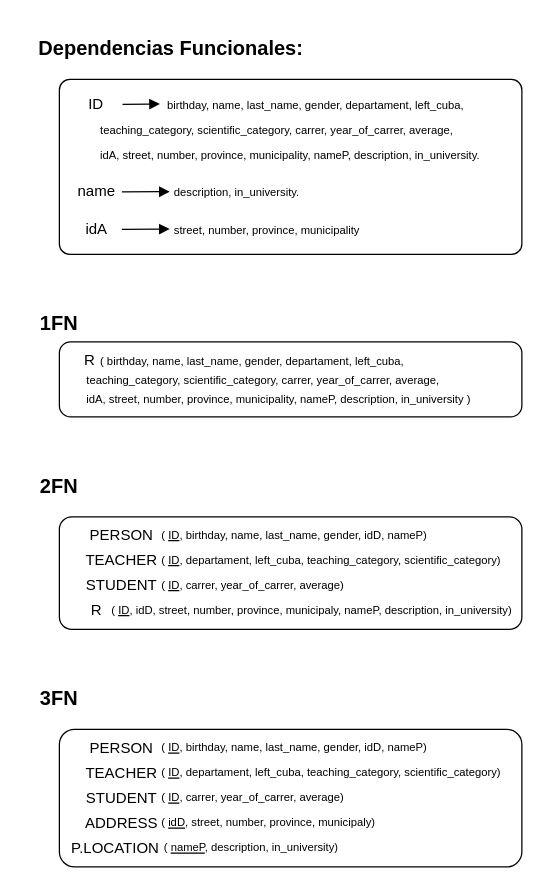
This is page "Normalizacion" (3 of 3) of design/BBDD.drawio from albertolicea00/CRUD-PyQt, a draw.io file, before an edit. Source tidied: cells renumbered, new cells numbered last; positions are measured from the earlier drawing's top-left corner, leaving out a move shared by most shapes. Both pictures are drawn from the tidied source at 125%, with x=0, y=0 at pixel (21, 29).
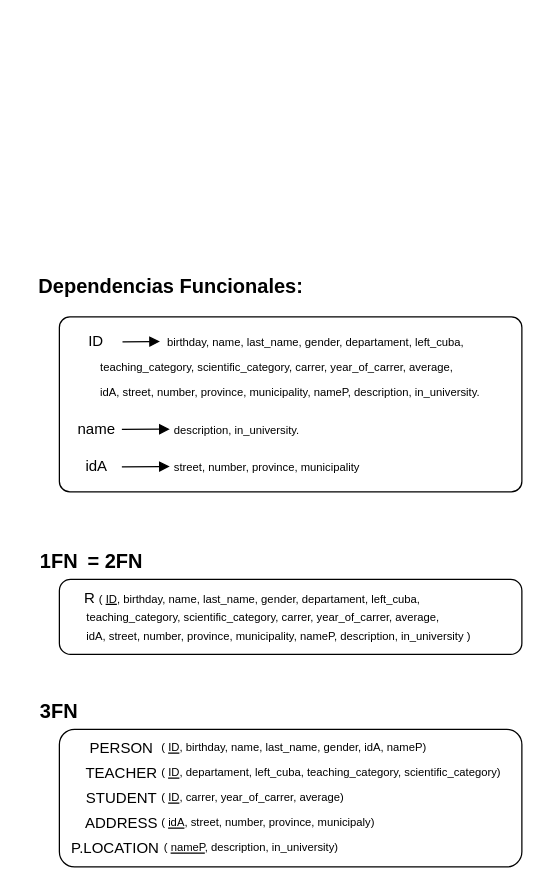
Above is the later version.

Unchanged cells that the change refers to:
```xml
<mxCell id="50" style="group;" parent="1" vertex="1">
  <mxGeometry x="50" y="560" width="347.8" height="30" as="geometry" />
</mxCell>
<mxCell id="62" style="group;" parent="1" vertex="1">
  <mxGeometry x="50" y="620" width="347.8" height="30" as="geometry" />
</mxCell>
```

Change to the diagram source:
```diff
@@
     <mxCell id="2" style="group;" parent="1" vertex="1">
-      <mxGeometry x="30" y="250" width="370" height="60" as="geometry" />
+      <mxGeometry x="30" y="440" width="370" height="60" as="geometry" />
     </mxCell>
@@
-    <mxCell id="4" style="group;" parent="2" vertex="1">
-      <mxGeometry x="10" width="360" height="55" as="geometry" />
-    </mxCell>
-    <mxCell id="5" value="&lt;p class=&quot;MsoNormal&quot;&gt;&lt;span style=&quot;font-family: &amp;#34;arial&amp;#34; ; font-size: 9px&quot;&gt;( birthday, name, last_name, gender, departament, left_cuba,&lt;/span&gt;&lt;br&gt;&lt;/p&gt;" style="text;html=1;strokeColor=none;fillColor=none;align=left;verticalAlign=middle;whiteSpace=wrap;rounded=0;fontSize=12;" parent="4" vertex="1">
-      <mxGeometry x="20.8" width="287.8" height="30" as="geometry" />
+    <mxCell id="5" value="&lt;p class=&quot;MsoNormal&quot;&gt;&lt;span style=&quot;font-family: &amp;#34;arial&amp;#34; ; font-size: 9px&quot;&gt;( &lt;u&gt;ID&lt;/u&gt;, birthday, name, last_name, gender, departament, left_cuba,&lt;/span&gt;&lt;br&gt;&lt;/p&gt;" style="text;html=1;strokeColor=none;fillColor=none;align=left;verticalAlign=middle;whiteSpace=wrap;rounded=0;fontSize=12;" parent="2" vertex="1">
+      <mxGeometry x="29.8" width="287.8" height="30" as="geometry" />
     </mxCell>
-    <mxCell id="6" value="&lt;p class=&quot;MsoNormal&quot;&gt;&lt;span style=&quot;font-family: &amp;#34;arial&amp;#34; ; font-size: 9px&quot;&gt;teaching_category, scientific_category, carrer, year_of_carrer, average,&lt;/span&gt;&lt;br&gt;&lt;/p&gt;" style="text;html=1;strokeColor=none;fillColor=none;align=left;verticalAlign=middle;whiteSpace=wrap;rounded=0;fontSize=12;" parent="4" vertex="1">
-      <mxGeometry x="10" y="20" width="339.2" height="20" as="geometry" />
+    <mxCell id="6" value="&lt;span style=&quot;font-family: &amp;#34;arial&amp;#34; ; font-size: 9px&quot;&gt;teaching_category, scientific_category, carrer, year_of_carrer, average,&lt;/span&gt;&lt;span style=&quot;font-size: 9px ; font-family: &amp;#34;arial&amp;#34;&quot;&gt;&lt;br&gt;&lt;/span&gt;" style="text;html=1;strokeColor=none;fillColor=none;align=left;verticalAlign=middle;whiteSpace=wrap;rounded=0;fontSize=12;" parent="2" vertex="1">
+      <mxGeometry x="20" y="20" width="329.2" height="20" as="geometry" />
     </mxCell>
-    <mxCell id="7" value="&lt;p class=&quot;MsoNormal&quot;&gt;&lt;span style=&quot;font-family: &amp;#34;arial&amp;#34; ; font-size: 9px&quot;&gt;idA, street, number, province, municipality, nameP, description, in_university )&lt;/span&gt;&lt;br&gt;&lt;/p&gt;" style="text;html=1;strokeColor=none;fillColor=none;align=left;verticalAlign=middle;whiteSpace=wrap;rounded=0;fontSize=12;" parent="4" vertex="1">
-      <mxGeometry x="10" y="40" width="339.2" height="10" as="geometry" />
+    <mxCell id="7" value="&lt;p class=&quot;MsoNormal&quot;&gt;&lt;span style=&quot;font-family: &amp;#34;arial&amp;#34; ; font-size: 9px&quot;&gt;idA, street, number, province, municipality, nameP, description, in_university )&lt;/span&gt;&lt;br&gt;&lt;/p&gt;" style="text;html=1;strokeColor=none;fillColor=none;align=left;verticalAlign=middle;whiteSpace=wrap;rounded=0;fontSize=12;" parent="2" vertex="1">
+      <mxGeometry x="20" y="40" width="339.2" height="10" as="geometry" />
     </mxCell>
-    <mxCell id="8" style="group;" parent="4" vertex="1">
-      <mxGeometry width="29.2" height="30" as="geometry" />
+    <mxCell id="8" style="group;" parent="2" vertex="1">
+      <mxGeometry x="10" width="29.2" height="30" as="geometry" />
     </mxCell>
@@
     <mxCell id="10" value="&lt;p class=&quot;MsoNormal&quot; align=&quot;justify&quot; style=&quot;text-align: justify ; line-height: 150%&quot;&gt;&lt;b&gt;&lt;span style=&quot;font-family: &amp;quot;arial&amp;quot; ; line-height: 150% ; font-weight: bold ; font-size: 12.0000pt&quot;&gt;Dependencias Funcionales:&lt;/span&gt;&lt;/b&gt;&lt;b&gt;&lt;span style=&quot;font-family: &amp;quot;arial&amp;quot; ; line-height: 150% ; font-weight: bold ; font-size: 12.0000pt&quot;&gt;&lt;/span&gt;&lt;/b&gt;&lt;/p&gt;" style="text;html=1;strokeColor=none;fillColor=none;align=center;verticalAlign=middle;whiteSpace=wrap;rounded=0;fontSize=9;" parent="1" vertex="1">
-      <mxGeometry width="239.4" height="30" as="geometry" />
+      <mxGeometry y="190" width="239.4" height="30" as="geometry" />
     </mxCell>
     <mxCell id="11" value="&lt;p class=&quot;MsoNormal&quot; style=&quot;text-align: left ; line-height: 150%&quot;&gt;&lt;b&gt;&lt;span style=&quot;font-family: &amp;#34;arial&amp;#34; ; line-height: 150% ; font-weight: bold ; font-size: 12.0000pt&quot;&gt;1FN&lt;/span&gt;&lt;/b&gt;&lt;b&gt;&lt;span style=&quot;font-family: &amp;#34;arial&amp;#34; ; line-height: 150% ; font-weight: bold ; font-size: 12.0000pt&quot;&gt;&lt;/span&gt;&lt;/b&gt;&lt;/p&gt;" style="text;html=1;strokeColor=none;fillColor=none;align=center;verticalAlign=middle;whiteSpace=wrap;rounded=0;fontSize=9;" parent="1" vertex="1">
-      <mxGeometry y="220" width="60" height="30" as="geometry" />
+      <mxGeometry y="410" width="60" height="30" as="geometry" />
     </mxCell>
-    <mxCell id="12" value="&lt;p class=&quot;MsoNormal&quot; style=&quot;text-align: left ; line-height: 150%&quot;&gt;&lt;b&gt;&lt;span style=&quot;font-family: &amp;#34;arial&amp;#34; ; line-height: 150% ; font-weight: bold ; font-size: 12.0000pt&quot;&gt;2FN&lt;/span&gt;&lt;/b&gt;&lt;b&gt;&lt;span style=&quot;font-family: &amp;#34;arial&amp;#34; ; line-height: 150% ; font-weight: bold ; font-size: 12.0000pt&quot;&gt;&lt;/span&gt;&lt;/b&gt;&lt;/p&gt;" style="text;html=1;strokeColor=none;fillColor=none;align=center;verticalAlign=middle;whiteSpace=wrap;rounded=0;fontSize=9;" parent="1" vertex="1">
-      <mxGeometry y="350" width="60" height="30" as="geometry" />
+    <mxCell id="12" value="&lt;p class=&quot;MsoNormal&quot; style=&quot;text-align: left ; line-height: 150%&quot;&gt;&lt;b&gt;&lt;span style=&quot;font-family: &amp;#34;arial&amp;#34; ; line-height: 150% ; font-weight: bold ; font-size: 12.0000pt&quot;&gt;= 2FN&lt;/span&gt;&lt;/b&gt;&lt;b&gt;&lt;span style=&quot;font-family: &amp;#34;arial&amp;#34; ; line-height: 150% ; font-weight: bold ; font-size: 12.0000pt&quot;&gt;&lt;/span&gt;&lt;/b&gt;&lt;/p&gt;" style="text;html=1;strokeColor=none;fillColor=none;align=center;verticalAlign=middle;whiteSpace=wrap;rounded=0;fontSize=9;" parent="1" vertex="1">
+      <mxGeometry x="45" y="410" width="60" height="30" as="geometry" />
     </mxCell>
     <mxCell id="13" style="group;" parent="1" vertex="1">
-      <mxGeometry x="30" y="40" width="370" height="140" as="geometry" />
+      <mxGeometry x="30" y="230" width="370" height="140" as="geometry" />
     </mxCell>
@@
-    <mxCell id="31" style="group;" parent="1" vertex="1">
-      <mxGeometry x="30" y="390" width="380" height="90" as="geometry" />
-    </mxCell>
-    <mxCell id="32" style="rounded=1;whiteSpace=wrap;html=1;fontSize=9;arcSize=11;" parent="31" vertex="1">
-      <mxGeometry width="370" height="90" as="geometry" />
-    </mxCell>
-    <mxCell id="33" style="group;" parent="31" vertex="1">
-      <mxGeometry x="20" width="347.8" height="30" as="geometry" />
-    </mxCell>
-    <mxCell id="34" value="&lt;p class=&quot;MsoNormal&quot; style=&quot;font-size: 9px&quot;&gt;&lt;span style=&quot;font-family: &amp;#34;arial&amp;#34; ; font-size: 9px&quot;&gt;(&amp;nbsp;&lt;/span&gt;&lt;u&gt;&lt;span style=&quot;font-family: &amp;#34;arial&amp;#34;&quot;&gt;ID&lt;/span&gt;&lt;/u&gt;&lt;span style=&quot;font-family: &amp;#34;arial&amp;#34;&quot;&gt;, birthday, name, last_name, gender, idD, nameP&lt;/span&gt;&lt;span style=&quot;font-family: &amp;#34;arial&amp;#34; ; font-size: 9px&quot;&gt;)&lt;/span&gt;&lt;/p&gt;" style="text;html=1;strokeColor=none;fillColor=none;align=left;verticalAlign=middle;whiteSpace=wrap;rounded=0;fontSize=12;" parent="33" vertex="1">
-      <mxGeometry x="60" width="287.8" height="30" as="geometry" />
-    </mxCell>
-    <mxCell id="35" style="group;" parent="33" vertex="1">
-      <mxGeometry width="60" height="30" as="geometry" />
-    </mxCell>
-    <mxCell id="36" value="PERSON" style="text;html=1;strokeColor=none;fillColor=none;align=center;verticalAlign=middle;whiteSpace=wrap;rounded=0;fontSize=12;" parent="35" vertex="1">
-      <mxGeometry width="60" height="30" as="geometry" />
-    </mxCell>
-    <mxCell id="37" style="group;" parent="31" vertex="1">
-      <mxGeometry x="20" y="20" width="347.8" height="30" as="geometry" />
-    </mxCell>
-    <mxCell id="38" value="&lt;p class=&quot;MsoNormal&quot; style=&quot;font-size: 9px&quot;&gt;&lt;span style=&quot;font-family: &amp;#34;arial&amp;#34; ; font-size: 9px&quot;&gt;(&amp;nbsp;&lt;/span&gt;&lt;u&gt;&lt;span style=&quot;font-family: &amp;#34;arial&amp;#34;&quot;&gt;ID&lt;/span&gt;&lt;/u&gt;&lt;span style=&quot;font-family: &amp;#34;arial&amp;#34;&quot;&gt;, departament, left_cuba, teaching_category, scientific_category&lt;/span&gt;&lt;span style=&quot;font-family: &amp;#34;arial&amp;#34;&quot;&gt;)&lt;/span&gt;&lt;/p&gt;" style="text;html=1;strokeColor=none;fillColor=none;align=left;verticalAlign=middle;whiteSpace=wrap;rounded=0;fontSize=12;" parent="37" vertex="1">
-      <mxGeometry x="60" width="287.8" height="30" as="geometry" />
-    </mxCell>
-    <mxCell id="39" style="group;" parent="37" vertex="1">
-      <mxGeometry width="60" height="30" as="geometry" />
-    </mxCell>
-    <mxCell id="40" value="TEACHER" style="text;html=1;strokeColor=none;fillColor=none;align=center;verticalAlign=middle;whiteSpace=wrap;rounded=0;fontSize=12;" parent="39" vertex="1">
-      <mxGeometry width="60" height="30" as="geometry" />
-    </mxCell>
-    <mxCell id="41" style="group;" parent="31" vertex="1">
-      <mxGeometry x="20" y="40" width="347.8" height="30" as="geometry" />
-    </mxCell>
-    <mxCell id="42" value="&lt;p class=&quot;MsoNormal&quot; style=&quot;font-size: 9px&quot;&gt;&lt;span style=&quot;font-family: &amp;#34;arial&amp;#34; ; font-size: 9px&quot;&gt;(&amp;nbsp;&lt;/span&gt;&lt;u&gt;&lt;span style=&quot;font-family: &amp;#34;arial&amp;#34;&quot;&gt;ID&lt;/span&gt;&lt;/u&gt;&lt;span style=&quot;font-family: &amp;#34;arial&amp;#34;&quot;&gt;, carrer, year_of_carrer, average&lt;/span&gt;&lt;span style=&quot;font-family: &amp;#34;arial&amp;#34;&quot;&gt;)&lt;/span&gt;&lt;/p&gt;" style="text;html=1;strokeColor=none;fillColor=none;align=left;verticalAlign=middle;whiteSpace=wrap;rounded=0;fontSize=12;" parent="41" vertex="1">
-      <mxGeometry x="60" width="287.8" height="30" as="geometry" />
-    </mxCell>
-    <mxCell id="43" style="group;" parent="41" vertex="1">
-      <mxGeometry width="60" height="30" as="geometry" />
-    </mxCell>
-    <mxCell id="44" value="STUDENT" style="text;html=1;strokeColor=none;fillColor=none;align=center;verticalAlign=middle;whiteSpace=wrap;rounded=0;fontSize=12;" parent="43" vertex="1">
-      <mxGeometry width="60" height="30" as="geometry" />
-    </mxCell>
-    <mxCell id="45" style="group;" parent="31" vertex="1">
-      <mxGeometry x="20" y="60" width="360" height="30" as="geometry" />
-    </mxCell>
-    <mxCell id="46" value="&lt;p class=&quot;MsoNormal&quot; style=&quot;font-size: 9px&quot;&gt;&lt;span style=&quot;font-family: &amp;#34;arial&amp;#34; ; font-size: 9px&quot;&gt;(&amp;nbsp;&lt;/span&gt;&lt;u&gt;&lt;span style=&quot;font-family: &amp;#34;arial&amp;#34;&quot;&gt;ID&lt;/span&gt;&lt;/u&gt;&lt;span style=&quot;font-family: &amp;#34;arial&amp;#34;&quot;&gt;, idD, street, number, province, municipaly, nameP, description, in_university&lt;/span&gt;&lt;span style=&quot;font-family: &amp;#34;arial&amp;#34;&quot;&gt;)&lt;/span&gt;&lt;/p&gt;" style="text;html=1;strokeColor=none;fillColor=none;align=left;verticalAlign=middle;whiteSpace=wrap;rounded=0;fontSize=12;" parent="45" vertex="1">
-      <mxGeometry x="20" width="340" height="30" as="geometry" />
-    </mxCell>
-    <mxCell id="47" value="R" style="text;html=1;strokeColor=none;fillColor=none;align=center;verticalAlign=middle;whiteSpace=wrap;rounded=0;fontSize=12;" parent="45" vertex="1">
-      <mxGeometry width="20" height="30" as="geometry" />
-    </mxCell>
     <mxCell id="48" value="&lt;p class=&quot;MsoNormal&quot; style=&quot;text-align: left ; line-height: 150%&quot;&gt;&lt;b&gt;&lt;span style=&quot;font-family: &amp;#34;arial&amp;#34; ; line-height: 150% ; font-weight: bold ; font-size: 12.0000pt&quot;&gt;3FN&lt;/span&gt;&lt;/b&gt;&lt;b&gt;&lt;span style=&quot;font-family: &amp;#34;arial&amp;#34; ; line-height: 150% ; font-weight: bold ; font-size: 12.0000pt&quot;&gt;&lt;/span&gt;&lt;/b&gt;&lt;/p&gt;" style="text;html=1;strokeColor=none;fillColor=none;align=center;verticalAlign=middle;whiteSpace=wrap;rounded=0;fontSize=9;" parent="1" vertex="1">
-      <mxGeometry y="520" width="60" height="30" as="geometry" />
+      <mxGeometry y="530" width="60" height="30" as="geometry" />
     </mxCell>
@@
-    <mxCell id="51" value="&lt;p class=&quot;MsoNormal&quot; style=&quot;font-size: 9px&quot;&gt;&lt;span style=&quot;font-family: &amp;#34;arial&amp;#34; ; font-size: 9px&quot;&gt;(&amp;nbsp;&lt;/span&gt;&lt;u&gt;&lt;span style=&quot;font-family: &amp;#34;arial&amp;#34;&quot;&gt;ID&lt;/span&gt;&lt;/u&gt;&lt;span style=&quot;font-family: &amp;#34;arial&amp;#34;&quot;&gt;, birthday, name, last_name, gender, idD, nameP&lt;/span&gt;&lt;span style=&quot;font-family: &amp;#34;arial&amp;#34; ; font-size: 9px&quot;&gt;)&lt;/span&gt;&lt;/p&gt;" style="text;html=1;strokeColor=none;fillColor=none;align=left;verticalAlign=middle;whiteSpace=wrap;rounded=0;fontSize=12;" parent="50" vertex="1">
+    <mxCell id="51" value="&lt;p class=&quot;MsoNormal&quot; style=&quot;font-size: 9px&quot;&gt;&lt;span style=&quot;font-family: &amp;#34;arial&amp;#34; ; font-size: 9px&quot;&gt;(&amp;nbsp;&lt;/span&gt;&lt;u&gt;&lt;span style=&quot;font-family: &amp;#34;arial&amp;#34;&quot;&gt;ID&lt;/span&gt;&lt;/u&gt;&lt;span style=&quot;font-family: &amp;#34;arial&amp;#34;&quot;&gt;, birthday, name, last_name, gender, idA, nameP&lt;/span&gt;&lt;span style=&quot;font-family: &amp;#34;arial&amp;#34; ; font-size: 9px&quot;&gt;)&lt;/span&gt;&lt;/p&gt;" style="text;html=1;strokeColor=none;fillColor=none;align=left;verticalAlign=middle;whiteSpace=wrap;rounded=0;fontSize=12;" parent="50" vertex="1">
       <mxGeometry x="60" width="287.8" height="30" as="geometry" />
     </mxCell>
@@
-    <mxCell id="63" value="&lt;p class=&quot;MsoNormal&quot; style=&quot;font-size: 9px&quot;&gt;&lt;span style=&quot;font-family: &amp;#34;arial&amp;#34; ; font-size: 9px&quot;&gt;(&amp;nbsp;&lt;/span&gt;&lt;u&gt;&lt;span style=&quot;font-family: &amp;#34;arial&amp;#34;&quot;&gt;idD&lt;/span&gt;&lt;/u&gt;&lt;span style=&quot;font-family: &amp;#34;arial&amp;#34;&quot;&gt;, street, number, province, municipaly&lt;/span&gt;&lt;span style=&quot;font-family: &amp;#34;arial&amp;#34;&quot;&gt;)&lt;/span&gt;&lt;/p&gt;" style="text;html=1;strokeColor=none;fillColor=none;align=left;verticalAlign=middle;whiteSpace=wrap;rounded=0;fontSize=12;" parent="62" vertex="1">
+    <mxCell id="63" value="&lt;p class=&quot;MsoNormal&quot; style=&quot;font-size: 9px&quot;&gt;&lt;span style=&quot;font-family: &amp;#34;arial&amp;#34; ; font-size: 9px&quot;&gt;(&amp;nbsp;&lt;/span&gt;&lt;u&gt;&lt;span style=&quot;font-family: &amp;#34;arial&amp;#34;&quot;&gt;idA&lt;/span&gt;&lt;/u&gt;&lt;span style=&quot;font-family: &amp;#34;arial&amp;#34;&quot;&gt;, street, number, province, municipaly&lt;/span&gt;&lt;span style=&quot;font-family: &amp;#34;arial&amp;#34;&quot;&gt;)&lt;/span&gt;&lt;/p&gt;" style="text;html=1;strokeColor=none;fillColor=none;align=left;verticalAlign=middle;whiteSpace=wrap;rounded=0;fontSize=12;" parent="62" vertex="1">
       <mxGeometry x="60" width="287.8" height="30" as="geometry" />
     </mxCell>
```
